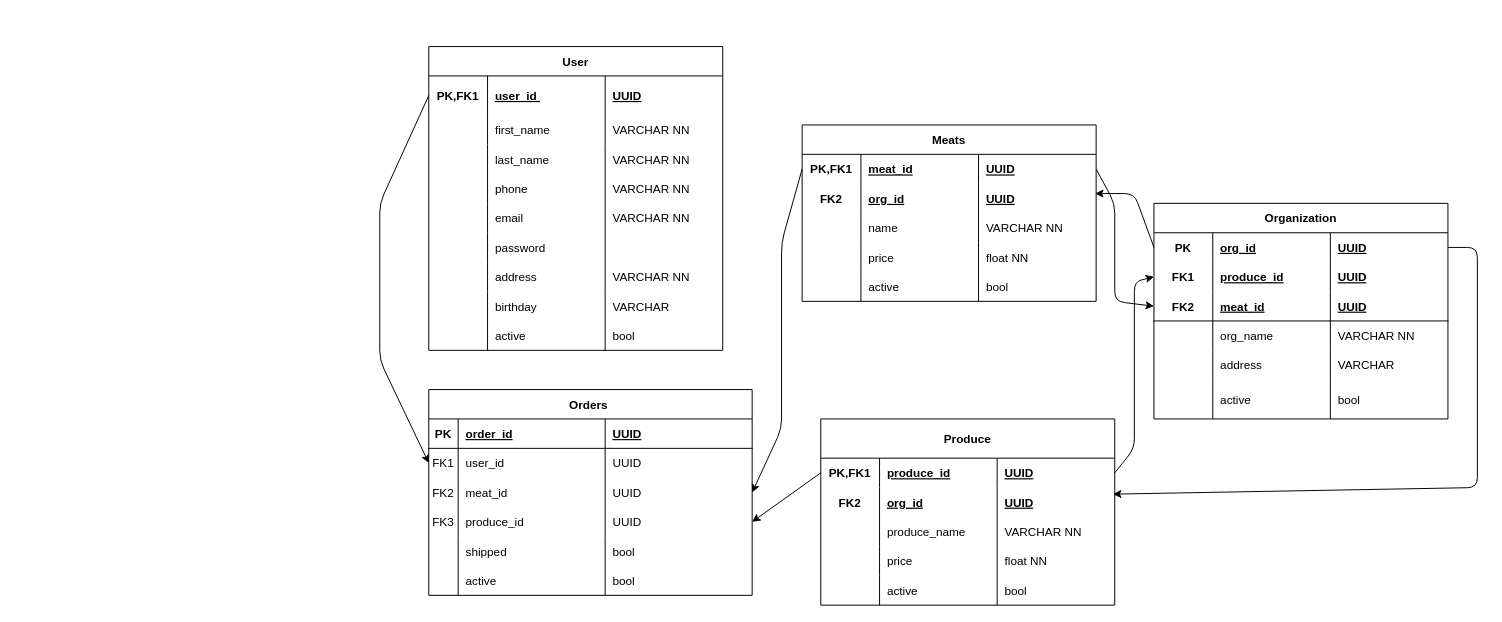
mitchell-devpipline/BEcapstone keeps this draw.io diagram as erd.drawio. Above is the earlier version. Source tidied: cells renumbered, new cells numbered last; positions are measured from the earlier drawing's top-left corner, leaving out a move shared by most shapes. Both pictures are drawn from the tidied source at 98%, with x=0, y=0 at pixel (379, 46).
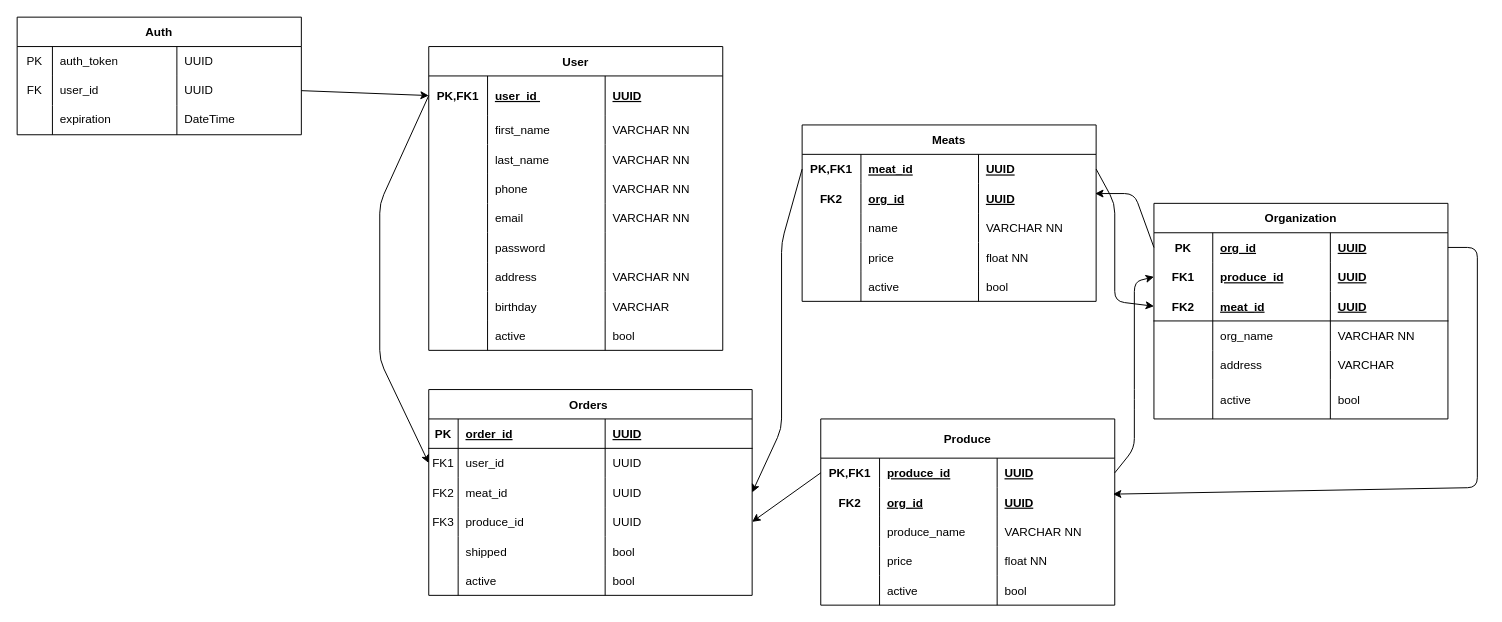
The same diagram, later.

Unchanged cells that the change refers to:
```xml
<mxCell id="3" style="shape=tableRow;horizontal=0;startSize=0;swimlaneHead=0;swimlaneBody=0;fillColor=none;points=[[0,0.5],[1,0.5]];portConstraint=eastwest;top=0;left=0;right=0;bottom=0;" parent="2" vertex="1">
  <mxGeometry y="30" width="300" height="40" as="geometry" />
</mxCell>
```

Diff of the diagram source:
```diff
@@
+    <mxCell id="139" value="Auth" style="shape=table;startSize=30;childLayout=tableLayout;rowLines=0;fontStyle=1;" parent="1" vertex="1">
+      <mxGeometry x="-370" y="-30" width="290" height="120" as="geometry" />
+    </mxCell>
+    <mxCell id="140" style="shape=tableRow;horizontal=0;startSize=0;swimlaneHead=0;swimlaneBody=0;top=0;left=0;bottom=0;right=0;fillColor=none;" parent="139" vertex="1">
+      <mxGeometry y="30" width="290" height="30" as="geometry" />
+    </mxCell>
+    <mxCell id="141" value="PK" style="shape=partialRectangle;html=1;whiteSpace=wrap;fillColor=none;top=0;left=0;bottom=0;right=0;overflow=hidden;" parent="140" vertex="1">
+      <mxGeometry width="36" height="30" as="geometry" />
+    </mxCell>
+    <mxCell id="142" value="auth_token" style="shape=partialRectangle;html=1;whiteSpace=wrap;fillColor=none;top=0;left=0;bottom=0;right=0;align=left;spacingLeft=6;overflow=hidden;" parent="140" vertex="1">
+      <mxGeometry x="36" width="127" height="30" as="geometry" />
+    </mxCell>
+    <mxCell id="143" value="UUID" style="shape=partialRectangle;html=1;whiteSpace=wrap;fillColor=none;top=0;left=0;bottom=0;right=0;align=left;spacingLeft=6;overflow=hidden;" parent="140" vertex="1">
+      <mxGeometry x="163" width="127" height="30" as="geometry" />
+    </mxCell>
+    <mxCell id="144" style="shape=tableRow;horizontal=0;startSize=0;swimlaneHead=0;swimlaneBody=0;top=0;left=0;bottom=0;right=0;fillColor=none;points=[[0,0.5],[1,0.5]];portConstraint=eastwest;" parent="139" vertex="1">
+      <mxGeometry y="60" width="290" height="30" as="geometry" />
+    </mxCell>
+    <mxCell id="145" value="FK" style="shape=partialRectangle;html=1;whiteSpace=wrap;fillColor=none;top=0;left=0;bottom=0;right=0;overflow=hidden;" parent="144" vertex="1">
+      <mxGeometry width="36" height="30" as="geometry" />
+    </mxCell>
+    <mxCell id="146" value="user_id" style="shape=partialRectangle;html=1;whiteSpace=wrap;fillColor=none;top=0;left=0;bottom=0;right=0;align=left;spacingLeft=6;overflow=hidden;" parent="144" vertex="1">
+      <mxGeometry x="36" width="127" height="30" as="geometry" />
+    </mxCell>
+    <mxCell id="147" value="UUID" style="shape=partialRectangle;html=1;whiteSpace=wrap;fillColor=none;top=0;left=0;bottom=0;right=0;align=left;spacingLeft=6;overflow=hidden;" parent="144" vertex="1">
+      <mxGeometry x="163" width="127" height="30" as="geometry" />
+    </mxCell>
+    <mxCell id="148" style="shape=tableRow;horizontal=0;startSize=0;swimlaneHead=0;swimlaneBody=0;top=0;left=0;bottom=0;right=0;fillColor=none;" parent="139" vertex="1">
+      <mxGeometry y="90" width="290" height="30" as="geometry" />
+    </mxCell>
+    <mxCell id="149" style="shape=partialRectangle;html=1;whiteSpace=wrap;fillColor=none;top=0;left=0;bottom=0;right=0;overflow=hidden;" parent="148" vertex="1">
+      <mxGeometry width="36" height="30" as="geometry" />
+    </mxCell>
+    <mxCell id="150" value="expiration" style="shape=partialRectangle;html=1;whiteSpace=wrap;fillColor=none;top=0;left=0;bottom=0;right=0;align=left;spacingLeft=6;overflow=hidden;" parent="148" vertex="1">
+      <mxGeometry x="36" width="127" height="30" as="geometry" />
+    </mxCell>
+    <mxCell id="151" value="DateTime" style="shape=partialRectangle;html=1;whiteSpace=wrap;fillColor=none;top=0;left=0;bottom=0;right=0;align=left;spacingLeft=6;overflow=hidden;" parent="148" vertex="1">
+      <mxGeometry x="163" width="127" height="30" as="geometry" />
+    </mxCell>
+    <mxCell id="152" style="edgeStyle=none;html=1;exitX=1;exitY=0.5;exitDx=0;exitDy=0;entryX=0;entryY=0.5;entryDx=0;entryDy=0;" parent="1" edge="1" source="144" target="3">
+      <mxGeometry relative="1" as="geometry" />
+    </mxCell>
```
